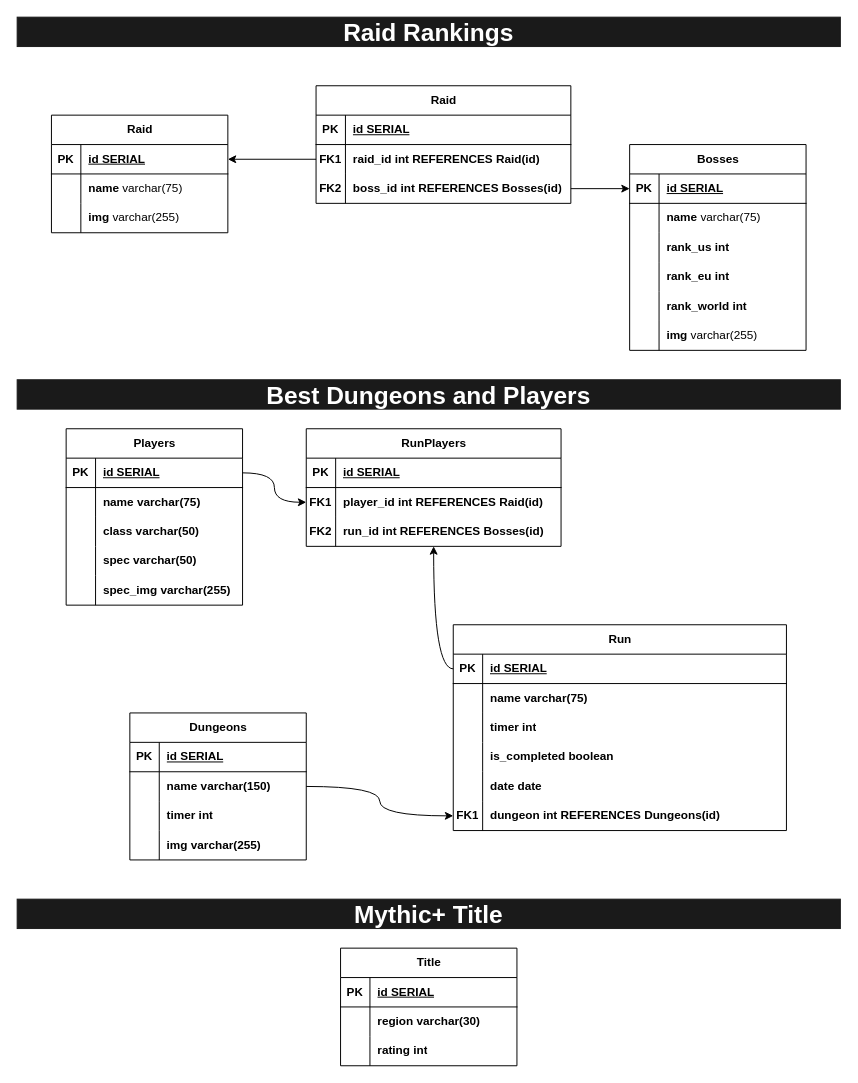
The draw.io diagram page "Entities Relationship" (2 of 2) of diagrams.drawio in equix1/wow-info, before the edit. Source tidied: cells renumbered, new cells numbered last; positions are measured from the earlier drawing's top-left corner, leaving out a move shared by most shapes. Both pictures are drawn from the tidied source at 98%, with x=0, y=0 at pixel (17, 17).
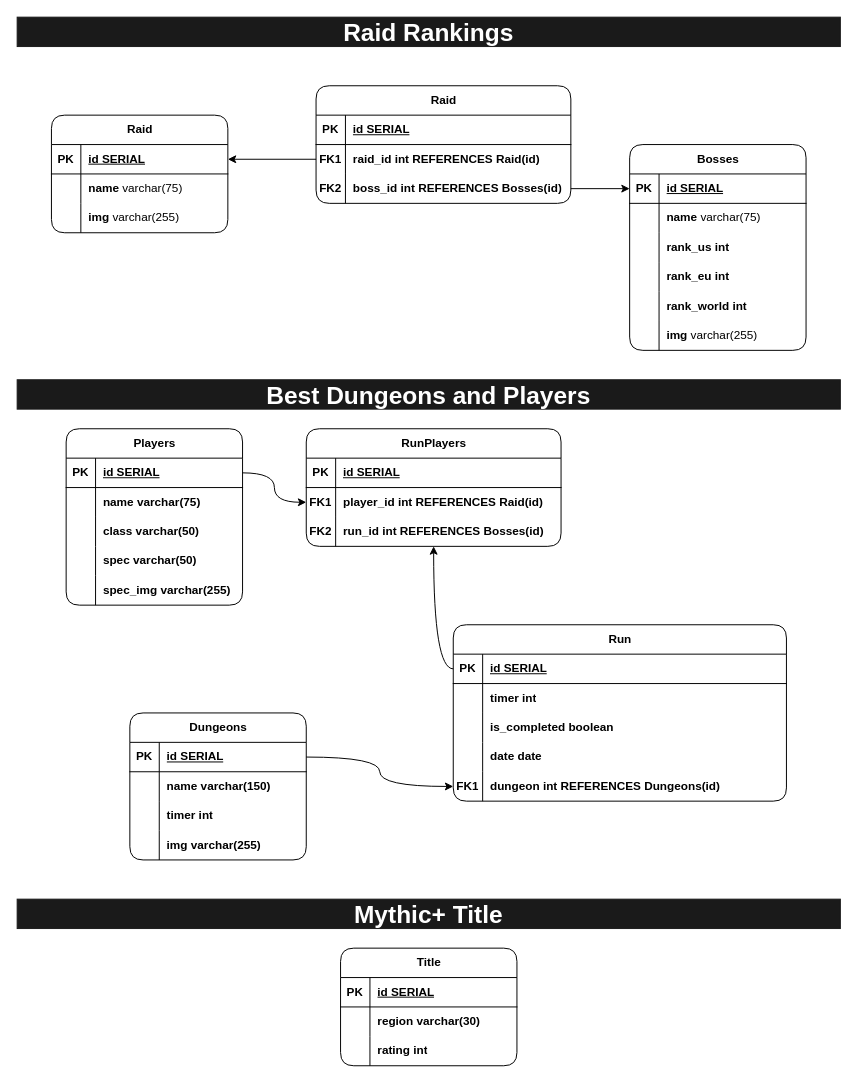
The same diagram, later.

The change refers to these unchanged cells:
```xml
<mxCell id="99" style="shape=tableRow;horizontal=0;startSize=0;swimlaneHead=0;swimlaneBody=0;fillColor=none;points=[[0,0.5],[1,0.5]];portConstraint=eastwest;top=0;left=0;right=0;bottom=1;" parent="98" vertex="1">
  <mxGeometry y="30" width="180" height="30" as="geometry" />
</mxCell>
<mxCell id="102" style="shape=tableRow;horizontal=0;startSize=0;swimlaneHead=0;swimlaneBody=0;fillColor=none;points=[[0,0.5],[1,0.5]];portConstraint=eastwest;top=0;left=0;right=0;bottom=0;" parent="98" vertex="1">
  <mxGeometry y="60" width="180" height="30" as="geometry" />
</mxCell>
```

The edit, as a diff of the source:
```diff
@@
-    <mxCell id="2" value="Raid" style="shape=table;startSize=30;childLayout=tableLayout;rowLines=0;fontStyle=1;align=center;html=1;" parent="1" vertex="1">
+    <mxCell id="2" value="Raid" style="shape=table;startSize=30;childLayout=tableLayout;rowLines=0;fontStyle=1;align=center;html=1;rounded=1;" parent="1" vertex="1">
       <mxGeometry x="35" y="100" width="180" height="120" as="geometry" />
     </mxCell>
@@
-    <mxCell id="12" value="Bosses" style="shape=table;startSize=30;childLayout=tableLayout;rowLines=0;fontStyle=1;align=center;html=1;" parent="1" vertex="1">
+    <mxCell id="12" value="Bosses" style="shape=table;startSize=30;childLayout=tableLayout;rowLines=0;fontStyle=1;align=center;html=1;rounded=1;" parent="1" vertex="1">
       <mxGeometry x="625" y="130" width="180" height="210" as="geometry" />
     </mxCell>
@@
-    <mxCell id="31" value="Raid" style="shape=table;startSize=30;childLayout=tableLayout;rowLines=0;fontStyle=1;align=center;html=1;" parent="1" vertex="1">
+    <mxCell id="31" value="Raid" style="shape=table;startSize=30;childLayout=tableLayout;rowLines=0;fontStyle=1;align=center;html=1;rounded=1;" parent="1" vertex="1">
       <mxGeometry x="305" y="70" width="260" height="120" as="geometry" />
     </mxCell>
@@
-    <mxCell id="43" value="Title" style="shape=table;startSize=30;childLayout=tableLayout;rowLines=0;fontStyle=1;align=center;html=1;" parent="1" vertex="1">
+    <mxCell id="43" value="Title" style="shape=table;startSize=30;childLayout=tableLayout;rowLines=0;fontStyle=1;align=center;html=1;rounded=1;" parent="1" vertex="1">
       <mxGeometry x="330" y="950" width="180" height="120" as="geometry" />
     </mxCell>
@@
-    <mxCell id="53" value="Run" style="shape=table;startSize=30;childLayout=tableLayout;rowLines=0;fontStyle=1;align=center;html=1;" parent="1" vertex="1">
-      <mxGeometry x="445" y="620" width="340" height="210" as="geometry" />
+    <mxCell id="53" value="Run" style="shape=table;startSize=30;childLayout=tableLayout;rowLines=0;fontStyle=1;align=center;html=1;rounded=1;" parent="1" vertex="1">
+      <mxGeometry x="445" y="620" width="340" height="180" as="geometry" />
     </mxCell>
@@
-    <mxCell id="57" style="shape=tableRow;horizontal=0;startSize=0;swimlaneHead=0;swimlaneBody=0;fillColor=none;top=0;left=0;right=0;bottom=0;" parent="53" vertex="1">
-      <mxGeometry y="60" width="340" height="30" as="geometry" />
-    </mxCell>
-    <mxCell id="58" style="shape=partialRectangle;fillColor=none;top=0;left=0;bottom=0;right=0;overflow=hidden;whiteSpace=wrap;html=1;" parent="57" vertex="1">
-      <mxGeometry width="30" height="30" as="geometry" />
-    </mxCell>
-    <mxCell id="59" value="name &lt;span style=&quot;&quot;&gt;varchar(75)&amp;nbsp;&lt;/span&gt;" style="shape=partialRectangle;fillColor=none;top=0;left=0;bottom=0;right=0;align=left;spacingLeft=6;overflow=hidden;whiteSpace=wrap;html=1;fontStyle=1;" parent="57" vertex="1">
-      <mxGeometry x="30" width="310" height="30" as="geometry" />
-    </mxCell>
     <mxCell id="60" style="shape=tableRow;horizontal=0;startSize=0;swimlaneHead=0;swimlaneBody=0;fillColor=none;top=0;left=0;right=0;bottom=0;" parent="53" vertex="1">
-      <mxGeometry y="90" width="340" height="30" as="geometry" />
+      <mxGeometry y="60" width="340" height="30" as="geometry" />
     </mxCell>
@@
     <mxCell id="63" style="shape=tableRow;horizontal=0;startSize=0;swimlaneHead=0;swimlaneBody=0;fillColor=none;top=0;left=0;right=0;bottom=0;" parent="53" vertex="1">
-      <mxGeometry y="120" width="340" height="30" as="geometry" />
+      <mxGeometry y="90" width="340" height="30" as="geometry" />
     </mxCell>
@@
     <mxCell id="66" style="shape=tableRow;horizontal=0;startSize=0;swimlaneHead=0;swimlaneBody=0;fillColor=none;top=0;left=0;right=0;bottom=0;" parent="53" vertex="1">
-      <mxGeometry y="150" width="340" height="30" as="geometry" />
+      <mxGeometry y="120" width="340" height="30" as="geometry" />
     </mxCell>
@@
     <mxCell id="69" style="shape=tableRow;horizontal=0;startSize=0;swimlaneHead=0;swimlaneBody=0;fillColor=none;points=[[0,0.5],[1,0.5]];portConstraint=eastwest;top=0;left=0;right=0;bottom=0;" parent="53" vertex="1">
-      <mxGeometry y="180" width="340" height="30" as="geometry" />
+      <mxGeometry y="150" width="340" height="30" as="geometry" />
     </mxCell>
@@
-    <mxCell id="72" value="Players" style="shape=table;startSize=30;childLayout=tableLayout;rowLines=0;fontStyle=1;align=center;html=1;" parent="1" vertex="1">
+    <mxCell id="72" value="Players" style="shape=table;startSize=30;childLayout=tableLayout;rowLines=0;fontStyle=1;align=center;html=1;rounded=1;" parent="1" vertex="1">
       <mxGeometry x="50" y="420" width="180" height="180" as="geometry" />
     </mxCell>
@@
-    <mxCell id="88" value="RunPlayers" style="shape=table;startSize=30;childLayout=tableLayout;rowLines=0;fontStyle=1;align=center;html=1;" parent="1" vertex="1">
+    <mxCell id="88" value="RunPlayers" style="shape=table;startSize=30;childLayout=tableLayout;rowLines=0;fontStyle=1;align=center;html=1;rounded=1;" parent="1" vertex="1">
       <mxGeometry x="295" y="420" width="260" height="120" as="geometry" />
     </mxCell>
@@
-    <mxCell id="98" value="Dungeons" style="shape=table;startSize=30;childLayout=tableLayout;rowLines=0;fontStyle=1;align=center;html=1;" parent="1" vertex="1">
+    <mxCell id="98" value="Dungeons" style="shape=table;startSize=30;childLayout=tableLayout;rowLines=0;fontStyle=1;align=center;html=1;rounded=1;" parent="1" vertex="1">
       <mxGeometry x="115" y="710" width="180" height="150" as="geometry" />
     </mxCell>
@@
-    <mxCell id="114" style="edgeStyle=orthogonalEdgeStyle;rounded=0;jettySize=auto;html=1;exitX=1;exitY=0.5;exitDx=0;exitDy=0;entryX=0;entryY=0.5;entryDx=0;entryDy=0;curved=1;" parent="1" edge="1" source="102" target="69">
-      <mxGeometry relative="1" as="geometry" />
-    </mxCell>
@@
+    <mxCell id="117" style="edgeStyle=orthogonalEdgeStyle;rounded=0;jettySize=auto;html=1;exitX=1;exitY=0.5;exitDx=0;exitDy=0;entryX=0;entryY=0.5;entryDx=0;entryDy=0;curved=1;" parent="1" edge="1" source="99" target="69">
+      <mxGeometry relative="1" as="geometry" />
+    </mxCell>
```
